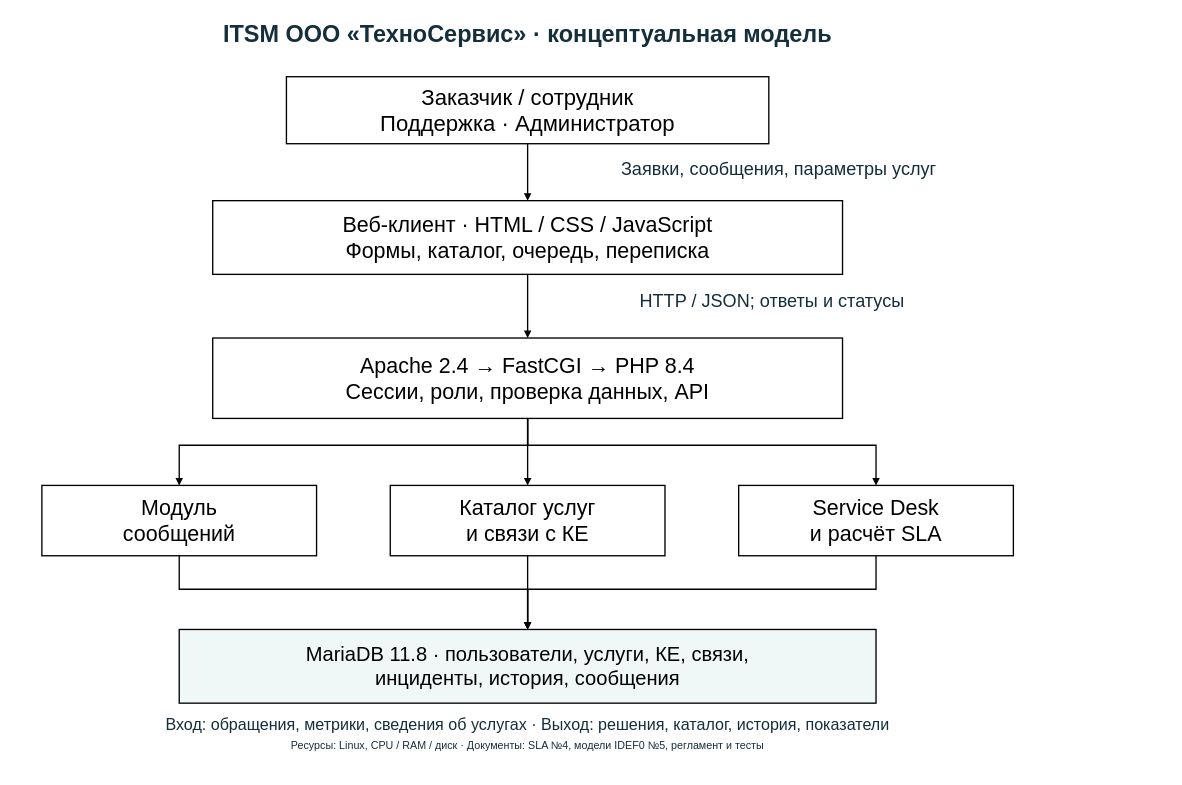
The draw.io diagram diagrams/itsm_concept.drawio in HsSaab/UITU, before the edit. Source tidied: cells renumbered, new cells numbered last; positions are measured from the earlier drawing's top-left corner, leaving out a move shared by most shapes. Both pictures are drawn from the tidied source at 67%, with x=0, y=0 at pixel (11, 11).
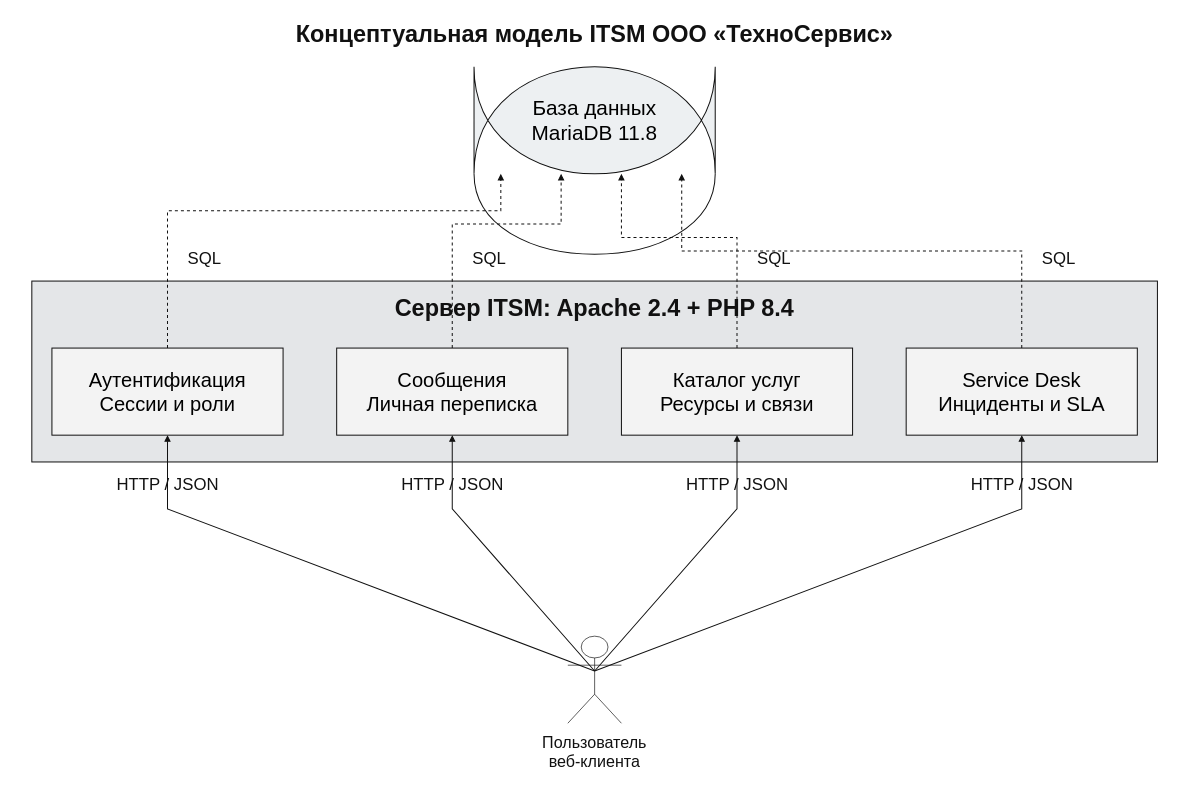
The same diagram, later.

Change to the diagram source:
```diff
@@
-<mxGraphModel>
+<mxGraphModel background="white">
@@
-    <mxCell id="2" value="ITSM ООО «ТехноСервис» · концептуальная модель" style="text;html=0;whiteSpace=wrap;align=center;verticalAlign=middle;fontFamily=Arial;fontSize=35;fontColor=#152e3b;strokeColor=none;fillColor=none;fontStyle=1;" parent="1" vertex="1">
-      <mxGeometry width="1540" height="65" as="geometry" />
+    <mxCell id="2" value="Концептуальная модель ITSM ООО «ТехноСервис»" style="text;html=0;whiteSpace=wrap;align=center;verticalAlign=middle;fontFamily=Arial;fontSize=35;fontColor=#111111;strokeColor=none;fillColor=none;fontStyle=1;" parent="1" vertex="1">
+      <mxGeometry x="10" width="1720" height="65" as="geometry" />
     </mxCell>
-    <mxCell id="3" value="Заказчик / сотрудник&#10;Поддержка · Администратор" style="rounded=0;html=0;whiteSpace=wrap;align=center;verticalAlign=middle;fontSize=33;fontFamily=Arial;strokeWidth=2;fillColor=white;" parent="1" vertex="1">
-      <mxGeometry x="410" y="97" width="720" height="100" as="geometry" />
+    <mxCell id="3" value="База данных&#10;MariaDB 11.8" style="rounded=0;html=0;whiteSpace=wrap;align=center;verticalAlign=middle;fontSize=31;fontFamily=Arial;strokeWidth=1.5;strokeColor=#111111;fillColor=#edf0f2;shape=cylinder;size=20;" parent="1" vertex="1">
+      <mxGeometry x="690" y="82" width="360" height="160" as="geometry" />
     </mxCell>
-    <mxCell id="4" value="Веб-клиент · HTML / CSS / JavaScript&#10;Формы, каталог, очередь, переписка" style="rounded=0;html=0;whiteSpace=wrap;align=center;verticalAlign=middle;fontSize=32;fontFamily=Arial;strokeWidth=2;fillColor=white;" parent="1" vertex="1">
-      <mxGeometry x="300" y="282" width="940" height="110" as="geometry" />
+    <mxCell id="4" style="rounded=0;html=0;whiteSpace=wrap;align=center;verticalAlign=middle;fontSize=30;fontFamily=Arial;strokeWidth=1.5;strokeColor=#111111;fillColor=#e4e6e8;" parent="1" vertex="1">
+      <mxGeometry x="30" y="402" width="1680" height="270" as="geometry" />
     </mxCell>
-    <mxCell id="5" value="Apache 2.4 → FastCGI → PHP 8.4&#10;Сессии, роли, проверка данных, API" style="rounded=0;html=0;whiteSpace=wrap;align=center;verticalAlign=middle;fontSize=32;fontFamily=Arial;strokeWidth=2;fillColor=white;" parent="1" vertex="1">
-      <mxGeometry x="300" y="487" width="940" height="120" as="geometry" />
+    <mxCell id="5" value="Сервер ITSM: Apache 2.4 + PHP 8.4" style="text;html=0;whiteSpace=wrap;align=center;verticalAlign=middle;fontFamily=Arial;fontSize=35;fontColor=#111111;strokeColor=none;fillColor=none;fontStyle=1;" parent="1" vertex="1">
+      <mxGeometry x="50" y="412" width="1640" height="60" as="geometry" />
     </mxCell>
-    <mxCell id="6" value="Модуль&#10;сообщений" style="rounded=0;html=0;whiteSpace=wrap;align=center;verticalAlign=middle;fontSize=32;fontFamily=Arial;strokeWidth=2;fillColor=white;" parent="1" vertex="1">
-      <mxGeometry x="45" y="707" width="410" height="105" as="geometry" />
+    <mxCell id="6" value="Аутентификация&#10;Сессии и роли" style="rounded=0;html=0;whiteSpace=wrap;align=center;verticalAlign=middle;fontSize=30;fontFamily=Arial;strokeWidth=1.5;strokeColor=#111111;fillColor=#f3f3f3;" parent="1" vertex="1">
+      <mxGeometry x="60" y="502" width="345" height="130" as="geometry" />
     </mxCell>
-    <mxCell id="7" value="Каталог услуг&#10;и связи с КЕ" style="rounded=0;html=0;whiteSpace=wrap;align=center;verticalAlign=middle;fontSize=32;fontFamily=Arial;strokeWidth=2;fillColor=white;" parent="1" vertex="1">
-      <mxGeometry x="565" y="707" width="410" height="105" as="geometry" />
+    <mxCell id="7" style="edgeStyle=none;rounded=0;html=0;endArrow=block;endFill=1;strokeWidth=1.5;strokeColor=#111111;dashed=1;exitX=0.5;exitY=0.0;exitDx=0;exitDy=0;exitPerimeter=0;entryX=0.1111111111111111;entryY=1.0;entryDx=0;entryDy=0;entryPerimeter=0;" parent="1" edge="1" source="6" target="3">
+      <mxGeometry relative="1" as="geometry">
+        <Array as="points">
+          <mxPoint x="232.5" y="297" />
+          <mxPoint x="730" y="297" />
+        </Array>
+      </mxGeometry>
     </mxCell>
-    <mxCell id="8" value="Service Desk&#10;и расчёт SLA" style="rounded=0;html=0;whiteSpace=wrap;align=center;verticalAlign=middle;fontSize=32;fontFamily=Arial;strokeWidth=2;fillColor=white;" parent="1" vertex="1">
-      <mxGeometry x="1085" y="707" width="410" height="105" as="geometry" />
+    <mxCell id="8" value="SQL" style="text;html=0;whiteSpace=wrap;align=center;verticalAlign=middle;fontFamily=Arial;fontSize=25;fontColor=#111111;strokeColor=none;fillColor=none;fontStyle=0;" parent="1" vertex="1">
+      <mxGeometry x="242.5" y="347" width="90" height="40" as="geometry" />
     </mxCell>
-    <mxCell id="9" value="MariaDB 11.8 · пользователи, услуги, КЕ, связи,&#10;инциденты, история, сообщения" style="rounded=0;html=0;whiteSpace=wrap;align=center;verticalAlign=middle;fontSize=30;fontFamily=Arial;strokeWidth=2;fillColor=#f0f7f7;" parent="1" vertex="1">
-      <mxGeometry x="250" y="922" width="1040" height="110" as="geometry" />
+    <mxCell id="9" value="Сообщения&#10;Личная переписка" style="rounded=0;html=0;whiteSpace=wrap;align=center;verticalAlign=middle;fontSize=30;fontFamily=Arial;strokeWidth=1.5;strokeColor=#111111;fillColor=#f3f3f3;" parent="1" vertex="1">
+      <mxGeometry x="485" y="502" width="345" height="130" as="geometry" />
     </mxCell>
-    <mxCell id="10" style="edgeStyle=orthogonalEdgeStyle;rounded=0;html=0;endArrow=block;endFill=1;strokeWidth=2;fontFamily=Arial;fontSize=27;" parent="1" edge="1" source="3" target="4">
-      <mxGeometry relative="1" as="geometry" />
+    <mxCell id="10" style="edgeStyle=none;rounded=0;html=0;endArrow=block;endFill=1;strokeWidth=1.5;strokeColor=#111111;dashed=1;exitX=0.5;exitY=0.0;exitDx=0;exitDy=0;exitPerimeter=0;entryX=0.3611111111111111;entryY=1.0;entryDx=0;entryDy=0;entryPerimeter=0;" parent="1" edge="1" source="9" target="3">
+      <mxGeometry relative="1" as="geometry">
+        <Array as="points">
+          <mxPoint x="657.5" y="317" />
+          <mxPoint x="820" y="317" />
+        </Array>
+      </mxGeometry>
     </mxCell>
-    <mxCell id="11" value="Заявки, сообщения, параметры услуг" style="text;html=0;whiteSpace=wrap;align=center;verticalAlign=middle;fontFamily=Arial;fontSize=27;fontColor=#152e3b;strokeColor=none;fillColor=none;fontStyle=0;" parent="1" vertex="1">
-      <mxGeometry x="820" y="202" width="650" height="65" as="geometry" />
+    <mxCell id="11" value="SQL" style="text;html=0;whiteSpace=wrap;align=center;verticalAlign=middle;fontFamily=Arial;fontSize=25;fontColor=#111111;strokeColor=none;fillColor=none;fontStyle=0;" parent="1" vertex="1">
+      <mxGeometry x="667.5" y="347" width="90" height="40" as="geometry" />
     </mxCell>
-    <mxCell id="12" style="edgeStyle=orthogonalEdgeStyle;rounded=0;html=0;endArrow=block;endFill=1;strokeWidth=2;fontFamily=Arial;fontSize=27;" parent="1" edge="1" source="4" target="5">
-      <mxGeometry relative="1" as="geometry" />
+    <mxCell id="12" value="Каталог услуг&#10;Ресурсы и связи" style="rounded=0;html=0;whiteSpace=wrap;align=center;verticalAlign=middle;fontSize=30;fontFamily=Arial;strokeWidth=1.5;strokeColor=#111111;fillColor=#f3f3f3;" parent="1" vertex="1">
+      <mxGeometry x="910" y="502" width="345" height="130" as="geometry" />
     </mxCell>
-    <mxCell id="13" value="HTTP / JSON; ответы и статусы" style="text;html=0;whiteSpace=wrap;align=center;verticalAlign=middle;fontFamily=Arial;fontSize=27;fontColor=#152e3b;strokeColor=none;fillColor=none;fontStyle=0;" parent="1" vertex="1">
-      <mxGeometry x="820" y="402" width="630" height="60" as="geometry" />
+    <mxCell id="13" style="edgeStyle=none;rounded=0;html=0;endArrow=block;endFill=1;strokeWidth=1.5;strokeColor=#111111;dashed=1;exitX=0.5;exitY=0.0;exitDx=0;exitDy=0;exitPerimeter=0;entryX=0.6111111111111112;entryY=1.0;entryDx=0;entryDy=0;entryPerimeter=0;" parent="1" edge="1" source="12" target="3">
+      <mxGeometry relative="1" as="geometry">
+        <Array as="points">
+          <mxPoint x="1082.5" y="337" />
+          <mxPoint x="910" y="337" />
+        </Array>
+      </mxGeometry>
     </mxCell>
-    <mxCell id="14" style="edgeStyle=orthogonalEdgeStyle;rounded=0;html=0;endArrow=block;endFill=1;strokeWidth=2;fontFamily=Arial;fontSize=27;" parent="1" edge="1" source="5" target="6">
-      <mxGeometry relative="1" as="geometry">
-        <Array as="points">
-          <mxPoint x="770" y="647" />
-          <mxPoint x="250" y="647" />
-        </Array>
-      </mxGeometry>
+    <mxCell id="14" value="SQL" style="text;html=0;whiteSpace=wrap;align=center;verticalAlign=middle;fontFamily=Arial;fontSize=25;fontColor=#111111;strokeColor=none;fillColor=none;fontStyle=0;" parent="1" vertex="1">
+      <mxGeometry x="1092.5" y="347" width="90" height="40" as="geometry" />
     </mxCell>
-    <mxCell id="15" style="edgeStyle=orthogonalEdgeStyle;rounded=0;html=0;endArrow=block;endFill=1;strokeWidth=2;fontFamily=Arial;fontSize=27;" parent="1" edge="1" source="6" target="9">
-      <mxGeometry relative="1" as="geometry">
-        <Array as="points">
-          <mxPoint x="250" y="862" />
-          <mxPoint x="770" y="862" />
-        </Array>
-      </mxGeometry>
+    <mxCell id="15" value="Service Desk&#10;Инциденты и SLA" style="rounded=0;html=0;whiteSpace=wrap;align=center;verticalAlign=middle;fontSize=30;fontFamily=Arial;strokeWidth=1.5;strokeColor=#111111;fillColor=#f3f3f3;" parent="1" vertex="1">
+      <mxGeometry x="1335" y="502" width="345" height="130" as="geometry" />
     </mxCell>
-    <mxCell id="16" style="edgeStyle=orthogonalEdgeStyle;rounded=0;html=0;endArrow=block;endFill=1;strokeWidth=2;fontFamily=Arial;fontSize=27;" parent="1" edge="1" source="5" target="7">
+    <mxCell id="16" style="edgeStyle=none;rounded=0;html=0;endArrow=block;endFill=1;strokeWidth=1.5;strokeColor=#111111;dashed=1;exitX=0.5;exitY=0.0;exitDx=0;exitDy=0;exitPerimeter=0;entryX=0.8611111111111112;entryY=1.0;entryDx=0;entryDy=0;entryPerimeter=0;" parent="1" edge="1" source="15" target="3">
       <mxGeometry relative="1" as="geometry">
         <Array as="points">
-          <mxPoint x="770" y="647" />
-          <mxPoint x="770" y="647" />
+          <mxPoint x="1507.5" y="357" />
+          <mxPoint x="1000" y="357" />
         </Array>
       </mxGeometry>
     </mxCell>
-    <mxCell id="17" style="edgeStyle=orthogonalEdgeStyle;rounded=0;html=0;endArrow=block;endFill=1;strokeWidth=2;fontFamily=Arial;fontSize=27;" parent="1" edge="1" source="7" target="9">
-      <mxGeometry relative="1" as="geometry">
-        <Array as="points">
-          <mxPoint x="770" y="862" />
-          <mxPoint x="770" y="862" />
-        </Array>
-      </mxGeometry>
+    <mxCell id="17" value="SQL" style="text;html=0;whiteSpace=wrap;align=center;verticalAlign=middle;fontFamily=Arial;fontSize=25;fontColor=#111111;strokeColor=none;fillColor=none;fontStyle=0;" parent="1" vertex="1">
+      <mxGeometry x="1517.5" y="347" width="90" height="40" as="geometry" />
     </mxCell>
-    <mxCell id="18" style="edgeStyle=orthogonalEdgeStyle;rounded=0;html=0;endArrow=block;endFill=1;strokeWidth=2;fontFamily=Arial;fontSize=27;" parent="1" edge="1" source="5" target="8">
-      <mxGeometry relative="1" as="geometry">
-        <Array as="points">
-          <mxPoint x="770" y="647" />
-          <mxPoint x="1290" y="647" />
-        </Array>
-      </mxGeometry>
+    <mxCell id="18" style="shape=umlActor;html=0;fillColor=white;strokeColor=#111111;" parent="1" vertex="1">
+      <mxGeometry x="830" y="932" width="80" height="130" as="geometry" />
     </mxCell>
-    <mxCell id="19" style="edgeStyle=orthogonalEdgeStyle;rounded=0;html=0;endArrow=block;endFill=1;strokeWidth=2;fontFamily=Arial;fontSize=27;" parent="1" edge="1" source="8" target="9">
-      <mxGeometry relative="1" as="geometry">
-        <Array as="points">
-          <mxPoint x="1290" y="862" />
-          <mxPoint x="770" y="862" />
-        </Array>
-      </mxGeometry>
+    <mxCell id="19" value="Пользователь&#10;веб-клиента" style="text;html=0;whiteSpace=wrap;align=center;verticalAlign=middle;fontFamily=Arial;fontSize=24;fontColor=#111111;strokeColor=none;fillColor=none;fontStyle=0;" parent="1" vertex="1">
+      <mxGeometry x="760" y="1072" width="220" height="65" as="geometry" />
     </mxCell>
-    <mxCell id="20" value="Вход: обращения, метрики, сведения об услугах · Выход: решения, каталог, история, показатели" style="text;html=0;whiteSpace=wrap;align=center;verticalAlign=middle;fontFamily=Arial;fontSize=24;fontColor=#152e3b;strokeColor=none;fillColor=none;fontStyle=0;" parent="1" vertex="1">
-      <mxGeometry y="1047" width="1540" height="35" as="geometry" />
+    <mxCell id="20" style="edgeStyle=none;rounded=0;html=0;endArrow=block;endFill=1;strokeWidth=1.5;strokeColor=#111111;exitX=0.5;exitY=0.4;exitDx=0;exitDy=0;exitPerimeter=0;entryX=0.5;entryY=1.0;entryDx=0;entryDy=0;entryPerimeter=0;" parent="1" edge="1" source="18" target="6">
+      <mxGeometry relative="1" as="geometry">
+        <Array as="points">
+          <mxPoint x="232.5" y="742" />
+        </Array>
+      </mxGeometry>
     </mxCell>
-    <mxCell id="21" value="Ресурсы: Linux, CPU / RAM / диск · Документы: SLA №4, модели IDEF0 №5, регламент и тесты" style="text;html=0;whiteSpace=wrap;align=center;verticalAlign=middle;fontFamily=Arial;fontSize=16;fontColor=#152e3b;strokeColor=none;fillColor=none;fontStyle=0;" parent="1" vertex="1">
-      <mxGeometry y="1082" width="1540" height="25" as="geometry" />
+    <mxCell id="21" value="HTTP / JSON" style="text;html=0;whiteSpace=wrap;align=center;verticalAlign=middle;fontFamily=Arial;fontSize=25;fontColor=#111111;strokeColor=none;fillColor=none;fontStyle=0;" parent="1" vertex="1">
+      <mxGeometry x="137.5" y="682" width="190" height="45" as="geometry" />
     </mxCell>
+    <mxCell id="22" style="edgeStyle=none;rounded=0;html=0;endArrow=block;endFill=1;strokeWidth=1.5;strokeColor=#111111;exitX=0.5;exitY=0.4;exitDx=0;exitDy=0;exitPerimeter=0;entryX=0.5;entryY=1.0;entryDx=0;entryDy=0;entryPerimeter=0;" parent="1" edge="1" source="18" target="9">
+      <mxGeometry relative="1" as="geometry">
+        <Array as="points">
+          <mxPoint x="657.5" y="742" />
+        </Array>
+      </mxGeometry>
+    </mxCell>
+    <mxCell id="23" value="HTTP / JSON" style="text;html=0;whiteSpace=wrap;align=center;verticalAlign=middle;fontFamily=Arial;fontSize=25;fontColor=#111111;strokeColor=none;fillColor=none;fontStyle=0;" parent="1" vertex="1">
+      <mxGeometry x="562.5" y="682" width="190" height="45" as="geometry" />
+    </mxCell>
+    <mxCell id="24" style="edgeStyle=none;rounded=0;html=0;endArrow=block;endFill=1;strokeWidth=1.5;strokeColor=#111111;exitX=0.5;exitY=0.4;exitDx=0;exitDy=0;exitPerimeter=0;entryX=0.5;entryY=1.0;entryDx=0;entryDy=0;entryPerimeter=0;" parent="1" edge="1" source="18" target="12">
+      <mxGeometry relative="1" as="geometry">
+        <Array as="points">
+          <mxPoint x="1082.5" y="742" />
+        </Array>
+      </mxGeometry>
+    </mxCell>
+    <mxCell id="25" value="HTTP / JSON" style="text;html=0;whiteSpace=wrap;align=center;verticalAlign=middle;fontFamily=Arial;fontSize=25;fontColor=#111111;strokeColor=none;fillColor=none;fontStyle=0;" parent="1" vertex="1">
+      <mxGeometry x="987.5" y="682" width="190" height="45" as="geometry" />
+    </mxCell>
+    <mxCell id="26" style="edgeStyle=none;rounded=0;html=0;endArrow=block;endFill=1;strokeWidth=1.5;strokeColor=#111111;exitX=0.5;exitY=0.4;exitDx=0;exitDy=0;exitPerimeter=0;entryX=0.5;entryY=1.0;entryDx=0;entryDy=0;entryPerimeter=0;" parent="1" edge="1" source="18" target="15">
+      <mxGeometry relative="1" as="geometry">
+        <Array as="points">
+          <mxPoint x="1507.5" y="742" />
+        </Array>
+      </mxGeometry>
+    </mxCell>
+    <mxCell id="27" value="HTTP / JSON" style="text;html=0;whiteSpace=wrap;align=center;verticalAlign=middle;fontFamily=Arial;fontSize=25;fontColor=#111111;strokeColor=none;fillColor=none;fontStyle=0;" parent="1" vertex="1">
+      <mxGeometry x="1412.5" y="682" width="190" height="45" as="geometry" />
+    </mxCell>
```
